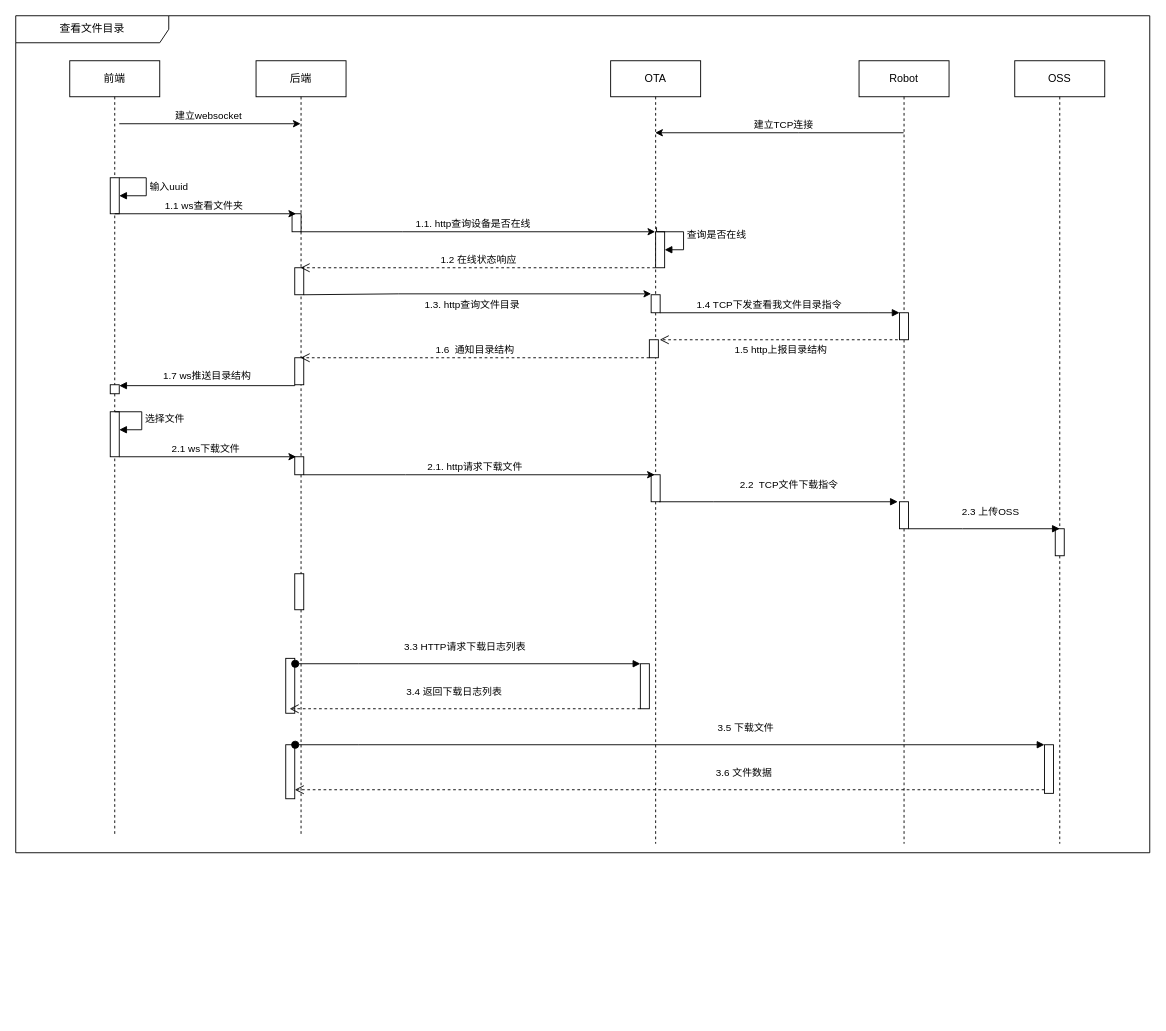
This is android_file_manager.drawio from leegaox/draw, a draw.io file, before an edit. Source tidied: cells renumbered, new cells numbered last; positions are measured from the earlier drawing's top-left corner, leaving out a move shared by most shapes. Both pictures are drawn from the tidied source at 90%, with x=0, y=0 at pixel (15, 15).
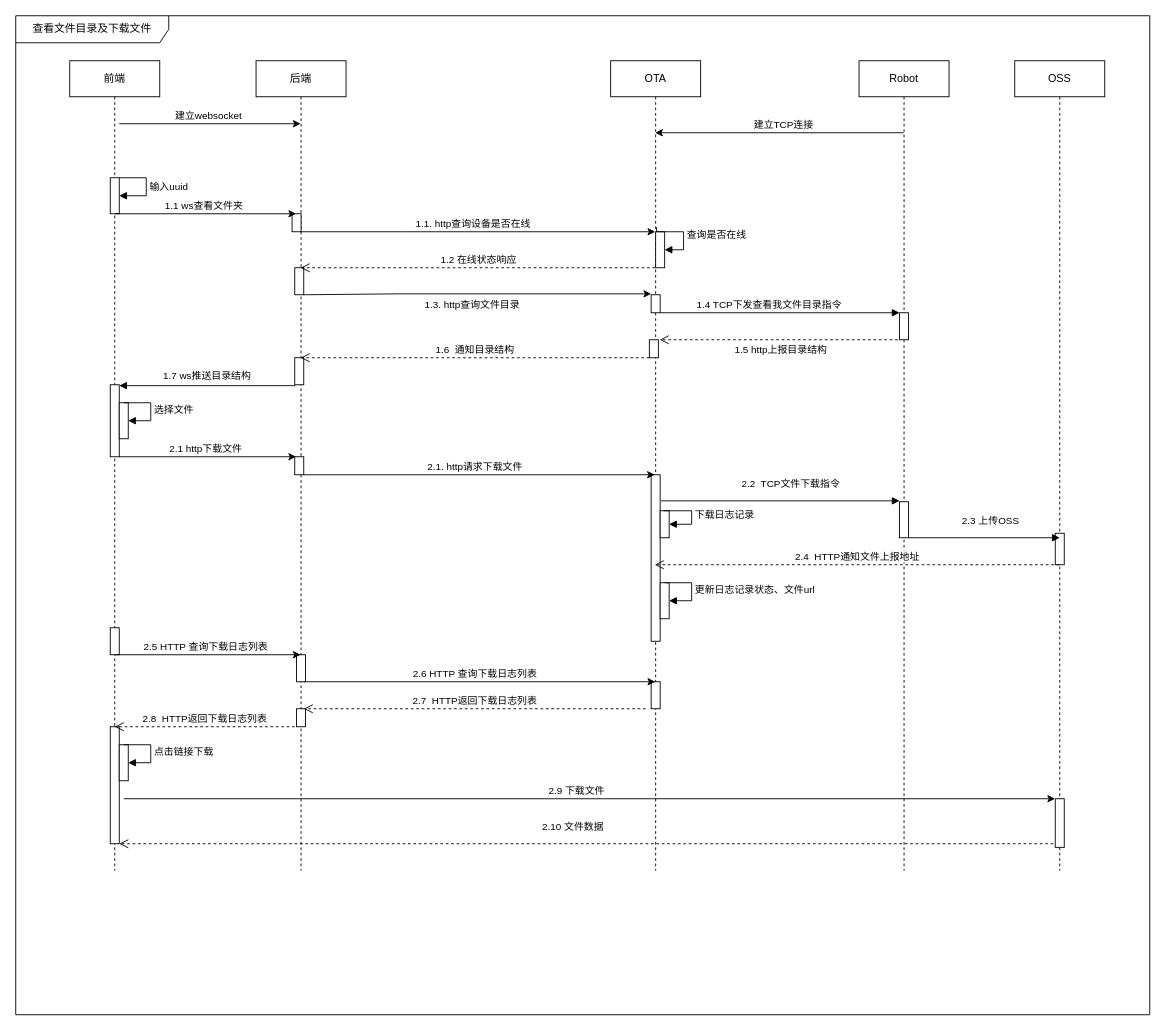
Above is the later version.

The change refers to these unchanged cells:
```xml
<mxCell id="51" style="endArrow=classic;html=1;rounded=0;" parent="1" edge="1">
  <mxGeometry relative="1" as="geometry">
    <mxPoint x="115" y="490" as="sourcePoint" />
    <mxPoint x="311.5" y="490" as="targetPoint" />
  </mxGeometry>
</mxCell>
```

What changed in the source:
```diff
@@
     <mxCell id="2" value="Robot" style="shape=umlLifeline;perimeter=lifelinePerimeter;whiteSpace=wrap;html=1;outlineConnect=0;portConstraint=eastwest;newEdgeStyle={&quot;edgeStyle&quot;:&quot;elbowEdgeStyle&quot;,&quot;elbow&quot;:&quot;vertical&quot;,&quot;curved&quot;:0,&quot;rounded&quot;:0};" parent="1" vertex="1">
-      <mxGeometry x="937" y="50" width="100" height="870" as="geometry" />
+      <mxGeometry x="937" y="50" width="100" height="900" as="geometry" />
     </mxCell>
-    <mxCell id="3" value="查看文件目录" style="shape=umlFrame;whiteSpace=wrap;html=1;width=170;height=30;" parent="1" vertex="1">
-      <mxGeometry width="1260" height="930" as="geometry" />
+    <mxCell id="3" value="查看文件目录及下载文件" style="shape=umlFrame;whiteSpace=wrap;html=1;width=170;height=30;" parent="1" vertex="1">
+      <mxGeometry width="1260" height="1110" as="geometry" />
     </mxCell>
     <mxCell id="4" value="OTA" style="shape=umlLifeline;perimeter=lifelinePerimeter;whiteSpace=wrap;html=1;outlineConnect=0;portConstraint=eastwest;newEdgeStyle={&quot;edgeStyle&quot;:&quot;elbowEdgeStyle&quot;,&quot;elbow&quot;:&quot;vertical&quot;,&quot;curved&quot;:0,&quot;rounded&quot;:0};" parent="1" vertex="1">
-      <mxGeometry x="661" y="50" width="100" height="870" as="geometry" />
+      <mxGeometry x="661" y="50" width="100" height="900" as="geometry" />
     </mxCell>
@@
     <mxCell id="7" style="html=1;perimeter=orthogonalPerimeter;targetShapes=umlLifeline;newEdgeStyle={&quot;edgeStyle&quot;:&quot;elbowEdgeStyle&quot;,&quot;elbow&quot;:&quot;vertical&quot;,&quot;curved&quot;:0,&quot;rounded&quot;:0};" parent="4" vertex="1">
-      <mxGeometry x="45" y="460" width="10" height="30" as="geometry" />
+      <mxGeometry x="45" y="460" width="10" height="185" as="geometry" />
     </mxCell>
-    <mxCell id="8" style="html=1;points=[];perimeter=orthogonalPerimeter;outlineConnect=0;targetShapes=umlLifeline;portConstraint=eastwest;newEdgeStyle={&quot;edgeStyle&quot;:&quot;elbowEdgeStyle&quot;,&quot;elbow&quot;:&quot;vertical&quot;,&quot;curved&quot;:0,&quot;rounded&quot;:0};" parent="4" vertex="1">
-      <mxGeometry x="33" y="670" width="10" height="50" as="geometry" />
-    </mxCell>
@@
+    <mxCell id="55" style="html=1;points=[];perimeter=orthogonalPerimeter;outlineConnect=0;targetShapes=umlLifeline;portConstraint=eastwest;newEdgeStyle={&quot;edgeStyle&quot;:&quot;elbowEdgeStyle&quot;,&quot;elbow&quot;:&quot;vertical&quot;,&quot;curved&quot;:0,&quot;rounded&quot;:0};" parent="4" vertex="1">
+      <mxGeometry x="55" y="500" width="10" height="30" as="geometry" />
+    </mxCell>
+    <mxCell id="56" value="下载日志记录" style="html=1;align=left;spacingLeft=2;endArrow=block;rounded=0;edgeStyle=orthogonalEdgeStyle;curved=0;rounded=0;" parent="4" edge="1" target="55">
+      <mxGeometry relative="1" as="geometry">
+        <mxPoint x="59" y="500" as="sourcePoint" />
+        <Array as="points">
+          <mxPoint x="60" y="500" />
+          <mxPoint x="90" y="500" />
+          <mxPoint x="90" y="510" />
+        </Array>
+      </mxGeometry>
+    </mxCell>
+    <mxCell id="57" style="html=1;points=[];perimeter=orthogonalPerimeter;outlineConnect=0;targetShapes=umlLifeline;portConstraint=eastwest;newEdgeStyle={&quot;edgeStyle&quot;:&quot;elbowEdgeStyle&quot;,&quot;elbow&quot;:&quot;vertical&quot;,&quot;curved&quot;:0,&quot;rounded&quot;:0};" parent="4" vertex="1">
+      <mxGeometry x="55" y="580" width="10" height="40" as="geometry" />
+    </mxCell>
+    <mxCell id="58" value="更新日志记录状态、文件url" style="html=1;align=left;spacingLeft=2;endArrow=block;rounded=0;edgeStyle=orthogonalEdgeStyle;curved=0;rounded=0;" parent="4" edge="1" target="57">
+      <mxGeometry relative="1" as="geometry">
+        <mxPoint x="60" y="580" as="sourcePoint" />
+        <Array as="points">
+          <mxPoint x="60" y="580" />
+          <mxPoint x="90" y="580" />
+          <mxPoint x="90" y="600" />
+        </Array>
+      </mxGeometry>
+    </mxCell>
+    <mxCell id="59" style="html=1;perimeter=orthogonalPerimeter;targetShapes=umlLifeline;newEdgeStyle={&quot;edgeStyle&quot;:&quot;elbowEdgeStyle&quot;,&quot;elbow&quot;:&quot;vertical&quot;,&quot;curved&quot;:0,&quot;rounded&quot;:0};" parent="4" vertex="1">
+      <mxGeometry x="45" y="690" width="10" height="30" as="geometry" />
+    </mxCell>
     <mxCell id="11" value="后端" style="shape=umlLifeline;perimeter=lifelinePerimeter;whiteSpace=wrap;html=1;outlineConnect=0;portConstraint=eastwest;newEdgeStyle={&quot;edgeStyle&quot;:&quot;elbowEdgeStyle&quot;,&quot;elbow&quot;:&quot;vertical&quot;,&quot;curved&quot;:0,&quot;rounded&quot;:0};" parent="1" vertex="1">
-      <mxGeometry x="267" y="50" width="100" height="860" as="geometry" />
+      <mxGeometry x="267" y="50" width="100" height="900" as="geometry" />
     </mxCell>
-    <mxCell id="12" style="html=1;perimeter=orthogonalPerimeter;targetShapes=umlLifeline;newEdgeStyle={&quot;edgeStyle&quot;:&quot;elbowEdgeStyle&quot;,&quot;elbow&quot;:&quot;vertical&quot;,&quot;curved&quot;:0,&quot;rounded&quot;:0};" parent="11" vertex="1">
-      <mxGeometry x="43" y="570" width="10" height="40" as="geometry" />
-    </mxCell>
@@
-    <mxCell id="15" style="html=1;perimeter=orthogonalPerimeter;targetShapes=umlLifeline;newEdgeStyle={&quot;edgeStyle&quot;:&quot;elbowEdgeStyle&quot;,&quot;elbow&quot;:&quot;vertical&quot;,&quot;curved&quot;:0,&quot;rounded&quot;:0};" parent="11" vertex="1">
-      <mxGeometry x="33" y="664" width="10" height="61" as="geometry" />
-    </mxCell>
-    <mxCell id="16" style="html=1;points=[];perimeter=orthogonalPerimeter;outlineConnect=0;targetShapes=umlLifeline;portConstraint=eastwest;newEdgeStyle={&quot;edgeStyle&quot;:&quot;elbowEdgeStyle&quot;,&quot;elbow&quot;:&quot;vertical&quot;,&quot;curved&quot;:0,&quot;rounded&quot;:0};" parent="11" vertex="1">
-      <mxGeometry x="33" y="760" width="10" height="60" as="geometry" />
-    </mxCell>
@@
+    <mxCell id="8" style="html=1;points=[];perimeter=orthogonalPerimeter;outlineConnect=0;targetShapes=umlLifeline;portConstraint=eastwest;newEdgeStyle={&quot;edgeStyle&quot;:&quot;elbowEdgeStyle&quot;,&quot;elbow&quot;:&quot;vertical&quot;,&quot;curved&quot;:0,&quot;rounded&quot;:0};" parent="11" vertex="1">
+      <mxGeometry x="45" y="660" width="10" height="30" as="geometry" />
+    </mxCell>
+    <mxCell id="60" style="html=1;perimeter=orthogonalPerimeter;targetShapes=umlLifeline;newEdgeStyle={&quot;edgeStyle&quot;:&quot;elbowEdgeStyle&quot;,&quot;elbow&quot;:&quot;vertical&quot;,&quot;curved&quot;:0,&quot;rounded&quot;:0};" parent="11" vertex="1">
+      <mxGeometry x="45" y="720" width="10" height="20" as="geometry" />
+    </mxCell>
@@
     <mxCell id="23" style="html=1;perimeter=orthogonalPerimeter;targetShapes=umlLifeline;newEdgeStyle={&quot;edgeStyle&quot;:&quot;elbowEdgeStyle&quot;,&quot;elbow&quot;:&quot;vertical&quot;,&quot;curved&quot;:0,&quot;rounded&quot;:0};" parent="1" vertex="1">
-      <mxGeometry x="982" y="540" width="10" height="30" as="geometry" />
+      <mxGeometry x="982" y="540" width="10" height="40" as="geometry" />
     </mxCell>
     <mxCell id="24" value="2.2&amp;nbsp; TCP文件下载指令" style="html=1;verticalAlign=bottom;endArrow=block;edgeStyle=elbowEdgeStyle;elbow=vertical;curved=0;rounded=0;" parent="1" edge="1">
       <mxGeometry x="0.09" y="10" relative="1" as="geometry">
-        <mxPoint x="715" y="540" as="sourcePoint" />
-        <mxPoint x="980" y="540" as="targetPoint" />
+        <mxPoint x="717" y="539" as="sourcePoint" />
+        <mxPoint x="982" y="539" as="targetPoint" />
         <Array as="points">
-          <mxPoint x="775" y="540" />
-          <mxPoint x="825" y="530" />
-          <mxPoint x="780" y="610" />
-          <mxPoint x="950" y="600" />
+          <mxPoint x="777" y="539" />
+          <mxPoint x="827" y="529" />
+          <mxPoint x="782" y="609" />
+          <mxPoint x="952" y="599" />
         </Array>
       </mxGeometry>
     </mxCell>
@@
     <mxCell id="26" value="OSS" style="shape=umlLifeline;perimeter=lifelinePerimeter;whiteSpace=wrap;html=1;outlineConnect=0;portConstraint=eastwest;newEdgeStyle={&quot;edgeStyle&quot;:&quot;elbowEdgeStyle&quot;,&quot;elbow&quot;:&quot;vertical&quot;,&quot;curved&quot;:0,&quot;rounded&quot;:0};" parent="1" vertex="1">
-      <mxGeometry x="1110" y="50" width="100" height="870" as="geometry" />
+      <mxGeometry x="1110" y="50" width="100" height="900" as="geometry" />
     </mxCell>
     <mxCell id="27" style="html=1;points=[];perimeter=orthogonalPerimeter;outlineConnect=0;targetShapes=umlLifeline;portConstraint=eastwest;newEdgeStyle={&quot;edgeStyle&quot;:&quot;elbowEdgeStyle&quot;,&quot;elbow&quot;:&quot;vertical&quot;,&quot;curved&quot;:0,&quot;rounded&quot;:0};" parent="26" vertex="1">
-      <mxGeometry x="33" y="760" width="10" height="54" as="geometry" />
+      <mxGeometry x="45" y="820" width="10" height="54" as="geometry" />
     </mxCell>
     <mxCell id="28" style="html=1;perimeter=orthogonalPerimeter;targetShapes=umlLifeline;newEdgeStyle={&quot;edgeStyle&quot;:&quot;elbowEdgeStyle&quot;,&quot;elbow&quot;:&quot;vertical&quot;,&quot;curved&quot;:0,&quot;rounded&quot;:0};" parent="26" vertex="1">
-      <mxGeometry x="45" y="520" width="10" height="30" as="geometry" />
+      <mxGeometry x="45" y="525" width="10" height="35" as="geometry" />
     </mxCell>
     <mxCell id="29" value="2.3 上传OSS" style="html=1;verticalAlign=bottom;endArrow=block;edgeStyle=elbowEdgeStyle;elbow=vertical;curved=0;rounded=0;" parent="1" edge="1">
       <mxGeometry x="0.08" y="10" relative="1" as="geometry">
-        <mxPoint x="992" y="570" as="sourcePoint" />
-        <mxPoint x="1160" y="570" as="targetPoint" />
+        <mxPoint x="992" y="580" as="sourcePoint" />
+        <mxPoint x="1160" y="580" as="targetPoint" />
         <Array as="points">
-          <mxPoint x="1052" y="570" />
-          <mxPoint x="1102" y="560" />
-          <mxPoint x="1057" y="640" />
-          <mxPoint x="1227" y="630" />
+          <mxPoint x="1052" y="580" />
+          <mxPoint x="1102" y="570" />
+          <mxPoint x="1057" y="650" />
+          <mxPoint x="1227" y="640" />
         </Array>
       </mxGeometry>
     </mxCell>
-    <mxCell id="30" value="3.3 HTTP请求下载日志列表" style="html=1;verticalAlign=bottom;startArrow=oval;endArrow=block;startSize=8;edgeStyle=elbowEdgeStyle;elbow=vertical;curved=0;rounded=0;" parent="1" edge="1">
-      <mxGeometry x="-0.02" y="10" relative="1" as="geometry">
-        <mxPoint x="310.5" y="720" as="sourcePoint" />
-        <mxPoint x="694" y="720" as="targetPoint" />
-        <Array as="points">
-          <mxPoint x="380.5" y="720" />
-        </Array>
-      </mxGeometry>
-    </mxCell>
-    <mxCell id="31" value="3.4 返回下载日志列表" style="html=1;verticalAlign=bottom;endArrow=open;dashed=1;endSize=8;edgeStyle=elbowEdgeStyle;elbow=vertical;curved=0;rounded=0;startArrow=none;" parent="1" edge="1" source="8">
-      <mxGeometry x="0.06" y="-10" relative="1" as="geometry">
-        <mxPoint x="304.3" y="770" as="targetPoint" />
-        <Array as="points">
-          <mxPoint x="458" y="770" />
-          <mxPoint x="318" y="780" />
-          <mxPoint x="974" y="805" />
-          <mxPoint x="934" y="775" />
-          <mxPoint x="954" y="785" />
-          <mxPoint x="984" y="745" />
-        </Array>
-      </mxGeometry>
-    </mxCell>
-    <mxCell id="32" value="3.5 下载文件" style="html=1;verticalAlign=bottom;startArrow=oval;endArrow=block;startSize=8;edgeStyle=elbowEdgeStyle;elbow=vertical;curved=0;rounded=0;" parent="1" edge="1" target="27">
-      <mxGeometry x="0.2" y="10" relative="1" as="geometry">
-        <mxPoint x="310.5" y="810" as="sourcePoint" />
-        <Array as="points">
-          <mxPoint x="380.5" y="810" />
-        </Array>
-      </mxGeometry>
-    </mxCell>
-    <mxCell id="33" value="3.6 文件数据" style="html=1;verticalAlign=bottom;endArrow=open;dashed=1;endSize=8;edgeStyle=elbowEdgeStyle;elbow=vertical;curved=0;rounded=0;startArrow=none;" parent="1" edge="1" source="27" target="16">
-      <mxGeometry x="-0.2" y="-10" relative="1" as="geometry">
+    <mxCell id="33" value="2.10 文件数据" style="html=1;verticalAlign=bottom;endArrow=open;dashed=1;endSize=8;edgeStyle=elbowEdgeStyle;elbow=vertical;curved=0;rounded=0;startArrow=none;" parent="1" edge="1" target="61">
+      <mxGeometry x="0.03" y="-10" relative="1" as="geometry">
+        <mxPoint x="1152.8" y="920" as="sourcePoint" />
         <Array as="points">
-          <mxPoint x="668" y="860" />
-          <mxPoint x="939.5" y="840" />
-          <mxPoint x="959.5" y="850" />
-          <mxPoint x="989.5" y="810" />
+          <mxPoint x="665.8" y="920" />
+          <mxPoint x="937.2" y="900" />
+          <mxPoint x="957.2" y="910" />
+          <mxPoint x="987.2" y="870" />
         </Array>
-        <mxPoint x="-1" as="offset" />
       </mxGeometry>
     </mxCell>
     <mxCell id="34" value="前端" style="shape=umlLifeline;perimeter=lifelinePerimeter;whiteSpace=wrap;html=1;newEdgeStyle={&quot;edgeStyle&quot;:&quot;elbowEdgeStyle&quot;,&quot;elbow&quot;:&quot;vertical&quot;,&quot;curved&quot;:0,&quot;rounded&quot;:0};" parent="1" vertex="1">
-      <mxGeometry x="60" y="50" width="100" height="860" as="geometry" />
+      <mxGeometry x="60" y="50" width="100" height="900" as="geometry" />
     </mxCell>
@@
-    <mxCell id="37" style="html=1;points=[];perimeter=orthogonalPerimeter;outlineConnect=0;targetShapes=umlLifeline;portConstraint=eastwest;newEdgeStyle={&quot;edgeStyle&quot;:&quot;elbowEdgeStyle&quot;,&quot;elbow&quot;:&quot;vertical&quot;,&quot;curved&quot;:0,&quot;rounded&quot;:0};" parent="34" vertex="1">
-      <mxGeometry x="45" y="360" width="10" height="10" as="geometry" />
-    </mxCell>
     <mxCell id="38" style="html=1;points=[];perimeter=orthogonalPerimeter;outlineConnect=0;targetShapes=umlLifeline;portConstraint=eastwest;newEdgeStyle={&quot;edgeStyle&quot;:&quot;elbowEdgeStyle&quot;,&quot;elbow&quot;:&quot;vertical&quot;,&quot;curved&quot;:0,&quot;rounded&quot;:0};" parent="34" vertex="1">
-      <mxGeometry x="45" y="390" width="10" height="50" as="geometry" />
+      <mxGeometry x="45" y="360" width="10" height="80" as="geometry" />
     </mxCell>
+    <mxCell id="15" style="html=1;perimeter=orthogonalPerimeter;targetShapes=umlLifeline;newEdgeStyle={&quot;edgeStyle&quot;:&quot;elbowEdgeStyle&quot;,&quot;elbow&quot;:&quot;vertical&quot;,&quot;curved&quot;:0,&quot;rounded&quot;:0};" parent="34" vertex="1">
+      <mxGeometry x="45" y="630" width="10" height="30" as="geometry" />
+    </mxCell>
+    <mxCell id="61" style="html=1;points=[];perimeter=orthogonalPerimeter;outlineConnect=0;targetShapes=umlLifeline;portConstraint=eastwest;newEdgeStyle={&quot;edgeStyle&quot;:&quot;elbowEdgeStyle&quot;,&quot;elbow&quot;:&quot;vertical&quot;,&quot;curved&quot;:0,&quot;rounded&quot;:0};" parent="34" vertex="1">
+      <mxGeometry x="45" y="740" width="10" height="130" as="geometry" />
+    </mxCell>
+    <mxCell id="62" style="html=1;points=[];perimeter=orthogonalPerimeter;outlineConnect=0;targetShapes=umlLifeline;portConstraint=eastwest;newEdgeStyle={&quot;edgeStyle&quot;:&quot;elbowEdgeStyle&quot;,&quot;elbow&quot;:&quot;vertical&quot;,&quot;curved&quot;:0,&quot;rounded&quot;:0};" parent="34" vertex="1">
+      <mxGeometry x="55" y="760" width="10" height="40" as="geometry" />
+    </mxCell>
+    <mxCell id="63" value="点击链接下载" style="html=1;align=left;spacingLeft=2;endArrow=block;rounded=0;edgeStyle=orthogonalEdgeStyle;curved=0;rounded=0;" parent="34" edge="1" target="62">
+      <mxGeometry relative="1" as="geometry">
+        <mxPoint x="60" y="760" as="sourcePoint" />
+        <Array as="points">
+          <mxPoint x="90" y="760" />
+          <mxPoint x="90" y="780" />
+        </Array>
+      </mxGeometry>
+    </mxCell>
+    <mxCell id="64" style="html=1;perimeter=orthogonalPerimeter;targetShapes=umlLifeline;newEdgeStyle={&quot;edgeStyle&quot;:&quot;elbowEdgeStyle&quot;,&quot;elbow&quot;:&quot;vertical&quot;,&quot;curved&quot;:0,&quot;rounded&quot;:0};" parent="34" vertex="1">
+      <mxGeometry x="55" y="380" width="10" height="40" as="geometry" />
+    </mxCell>
@@
-    <mxCell id="49" value="1.7 ws推送目录结构" style="html=1;align=left;spacingLeft=2;endArrow=block;rounded=0;edgeStyle=orthogonalEdgeStyle;curved=0;rounded=0;" parent="1" edge="1" target="37">
+    <mxCell id="49" value="1.7 ws推送目录结构" style="html=1;align=left;spacingLeft=2;endArrow=block;rounded=0;edgeStyle=orthogonalEdgeStyle;curved=0;rounded=0;" parent="1" edge="1">
       <mxGeometry x="0.54" y="-11" relative="1" as="geometry">
         <mxPoint x="310" y="410" as="sourcePoint" />
+        <mxPoint x="115" y="411" as="targetPoint" />
         <Array as="points">
           <mxPoint x="310" y="411" />
         </Array>
       </mxGeometry>
     </mxCell>
-    <mxCell id="50" value="选择文件" style="html=1;align=left;spacingLeft=2;endArrow=block;rounded=0;edgeStyle=orthogonalEdgeStyle;curved=0;rounded=0;" parent="1" edge="1" target="38">
-      <mxGeometry relative="1" as="geometry">
-        <mxPoint x="110" y="440" as="sourcePoint" />
-        <Array as="points">
-          <mxPoint x="140" y="440" />
-          <mxPoint x="140" y="460" />
-        </Array>
-      </mxGeometry>
-    </mxCell>
@@
-    <mxCell id="52" value="2.1 ws下载文件" style="edgeLabel;html=1;align=center;verticalAlign=middle;" parent="51" vertex="1">
+    <mxCell id="52" value="2.1 http下载文件" style="edgeLabel;html=1;align=center;verticalAlign=middle;" parent="51" vertex="1">
       <mxGeometry x="-0.03" relative="1" as="geometry">
         <mxPoint y="-10" as="offset" />
       </mxGeometry>
     </mxCell>
@@
+    <mxCell id="65" value="2.4&amp;nbsp; HTTP通知文件上报地址" style="html=1;verticalAlign=bottom;endArrow=open;dashed=1;endSize=8;edgeStyle=elbowEdgeStyle;elbow=vertical;curved=0;rounded=0;" parent="1" edge="1" source="26">
+      <mxGeometry relative="1" as="geometry">
+        <mxPoint x="710" y="610" as="targetPoint" />
+        <Array as="points">
+          <mxPoint x="963" y="610" />
+          <mxPoint x="938" y="690" />
+          <mxPoint x="1018" y="720" />
+          <mxPoint x="928" y="710" />
+          <mxPoint x="808" y="700" />
+          <mxPoint x="748" y="740" />
+          <mxPoint x="948" y="700" />
+        </Array>
+      </mxGeometry>
+    </mxCell>
+    <mxCell id="66" style="endArrow=classic;html=1;rounded=0;" parent="1" edge="1" target="11">
+      <mxGeometry relative="1" as="geometry">
+        <mxPoint x="110" y="710" as="sourcePoint" />
+      </mxGeometry>
+    </mxCell>
+    <mxCell id="67" value="2.5 HTTP 查询下载日志列表" style="edgeLabel;html=1;align=center;verticalAlign=middle;" parent="66" vertex="1">
+      <mxGeometry x="-0.03" relative="1" as="geometry">
+        <mxPoint y="-10" as="offset" />
+      </mxGeometry>
+    </mxCell>
+    <mxCell id="68" style="endArrow=classic;html=1;rounded=0;" parent="1" edge="1" target="4">
+      <mxGeometry relative="1" as="geometry">
+        <mxPoint x="320" y="740" as="sourcePoint" />
+      </mxGeometry>
+    </mxCell>
+    <mxCell id="69" value="2.6 HTTP 查询下载日志列表" style="edgeLabel;html=1;align=center;verticalAlign=middle;" parent="68" vertex="1">
+      <mxGeometry x="-0.03" relative="1" as="geometry">
+        <mxPoint y="-10" as="offset" />
+      </mxGeometry>
+    </mxCell>
+    <mxCell id="70" value="2.7&amp;nbsp; HTTP返回下载日志列表" style="html=1;verticalAlign=bottom;endArrow=open;dashed=1;endSize=8;edgeStyle=elbowEdgeStyle;elbow=vertical;curved=0;rounded=0;" parent="1" edge="1">
+      <mxGeometry relative="1" as="geometry">
+        <mxPoint x="700" y="770" as="sourcePoint" />
+        <mxPoint x="320" y="770" as="targetPoint" />
+        <Array as="points">
+          <mxPoint x="503" y="770" />
+          <mxPoint x="478" y="850" />
+          <mxPoint x="558" y="880" />
+          <mxPoint x="468" y="870" />
+          <mxPoint x="348" y="860" />
+          <mxPoint x="288" y="900" />
+          <mxPoint x="488" y="860" />
+        </Array>
+      </mxGeometry>
+    </mxCell>
+    <mxCell id="71" value="2.8&amp;nbsp; HTTP返回下载日志列表" style="html=1;verticalAlign=bottom;endArrow=open;dashed=1;endSize=8;edgeStyle=elbowEdgeStyle;elbow=vertical;curved=0;rounded=0;" parent="1" edge="1">
+      <mxGeometry relative="1" as="geometry">
+        <mxPoint x="310" y="790" as="sourcePoint" />
+        <mxPoint x="110" y="790" as="targetPoint" />
+        <Array as="points">
+          <mxPoint x="113" y="790" />
+          <mxPoint x="88" y="870" />
+          <mxPoint x="168" y="900" />
+          <mxPoint x="78" y="890" />
+          <mxPoint x="-42" y="880" />
+          <mxPoint x="-102" y="920" />
+          <mxPoint x="98" y="880" />
+        </Array>
+      </mxGeometry>
+    </mxCell>
+    <mxCell id="72" style="endArrow=classic;html=1;rounded=0;" parent="1" edge="1">
+      <mxGeometry relative="1" as="geometry">
+        <mxPoint x="120" y="870" as="sourcePoint" />
+        <mxPoint x="1154.8" y="870" as="targetPoint" />
+      </mxGeometry>
+    </mxCell>
+    <mxCell id="73" value="2.9 下载文件" style="edgeLabel;html=1;align=center;verticalAlign=middle;" parent="72" vertex="1">
+      <mxGeometry x="-0.03" relative="1" as="geometry">
+        <mxPoint y="-10" as="offset" />
+      </mxGeometry>
+    </mxCell>
+    <mxCell id="50" value="选择文件" style="html=1;align=left;spacingLeft=2;endArrow=block;rounded=0;edgeStyle=orthogonalEdgeStyle;curved=0;rounded=0;" parent="1" edge="1">
+      <mxGeometry relative="1" as="geometry">
+        <mxPoint x="120" y="430" as="sourcePoint" />
+        <mxPoint x="125" y="450" as="targetPoint" />
+        <Array as="points">
+          <mxPoint x="150" y="430" />
+          <mxPoint x="150" y="450" />
+        </Array>
+      </mxGeometry>
+    </mxCell>
```
